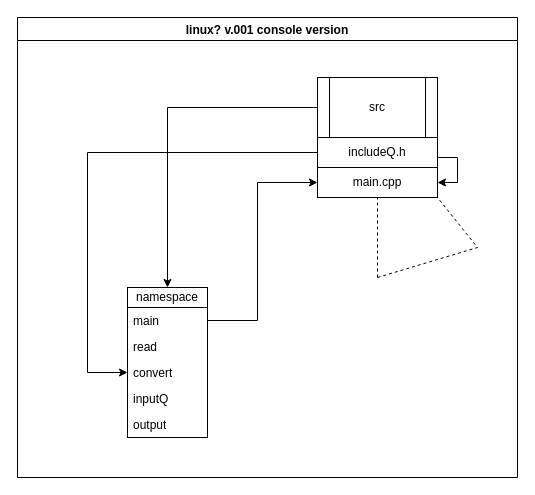
HyperSausage/HyperSSG-core keeps this draw.io diagram as HypSsgDiag.drawio. Above is the earlier version. Source tidied: cells renumbered, new cells numbered last; positions are measured from the earlier drawing's top-left corner, leaving out a move shared by most shapes. Both pictures are drawn from the tidied source at 100%, with x=0, y=0 at pixel (17, 17).
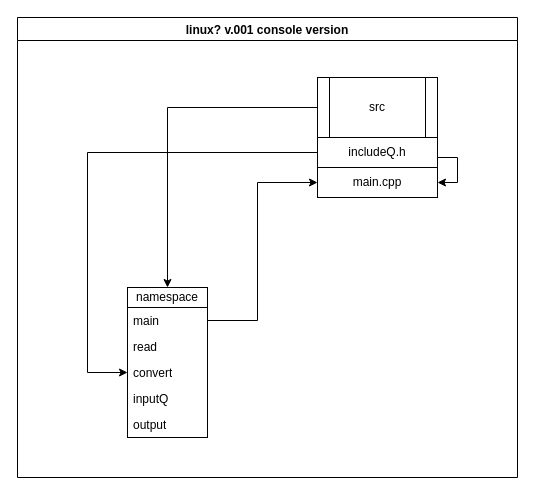
After the change.

The change refers to these unchanged cells:
```xml
<mxCell id="12" value="main.cpp" style="rounded=0;whiteSpace=wrap;html=1;" parent="2" vertex="1">
  <mxGeometry x="300" y="150" width="120" height="30" as="geometry" />
</mxCell>
```

The edit, as a diff of the source:
```diff
@@
-    <mxCell id="17" style="endArrow=none;dashed=1;html=1;rounded=0;entryX=0.5;entryY=1;entryDx=0;entryDy=0;" parent="1" edge="1">
-      <mxGeometry relative="1" as="geometry">
-        <mxPoint x="360" y="260" as="sourcePoint" />
-        <mxPoint x="360" y="180" as="targetPoint" />
-      </mxGeometry>
-    </mxCell>
-    <mxCell id="18" style="endArrow=none;dashed=1;html=1;rounded=0;entryX=1;entryY=1;entryDx=0;entryDy=0;" parent="1" edge="1" target="12">
-      <mxGeometry relative="1" as="geometry">
-        <mxPoint x="360" y="260" as="sourcePoint" />
-        <Array as="points">
-          <mxPoint x="460" y="230" />
-        </Array>
-      </mxGeometry>
-    </mxCell>
```
